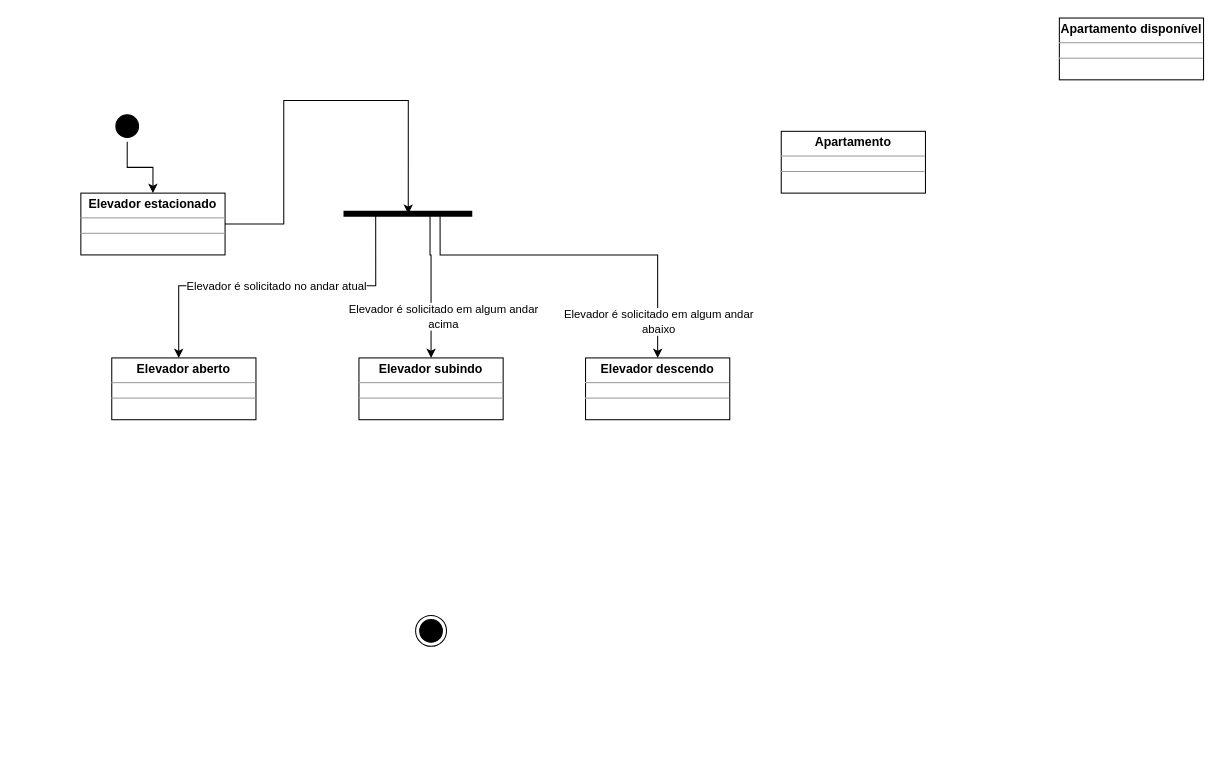
Above: Questão 05 - P2.drawio in bruniculos08/AMS0001 (draw.io), before the change. Source tidied: cells renumbered, new cells numbered last; positions are measured from the earlier drawing's top-left corner, leaving out a move shared by most shapes. Both pictures are drawn from the tidied source at 103%, with x=0, y=0 at pixel (80, 18).
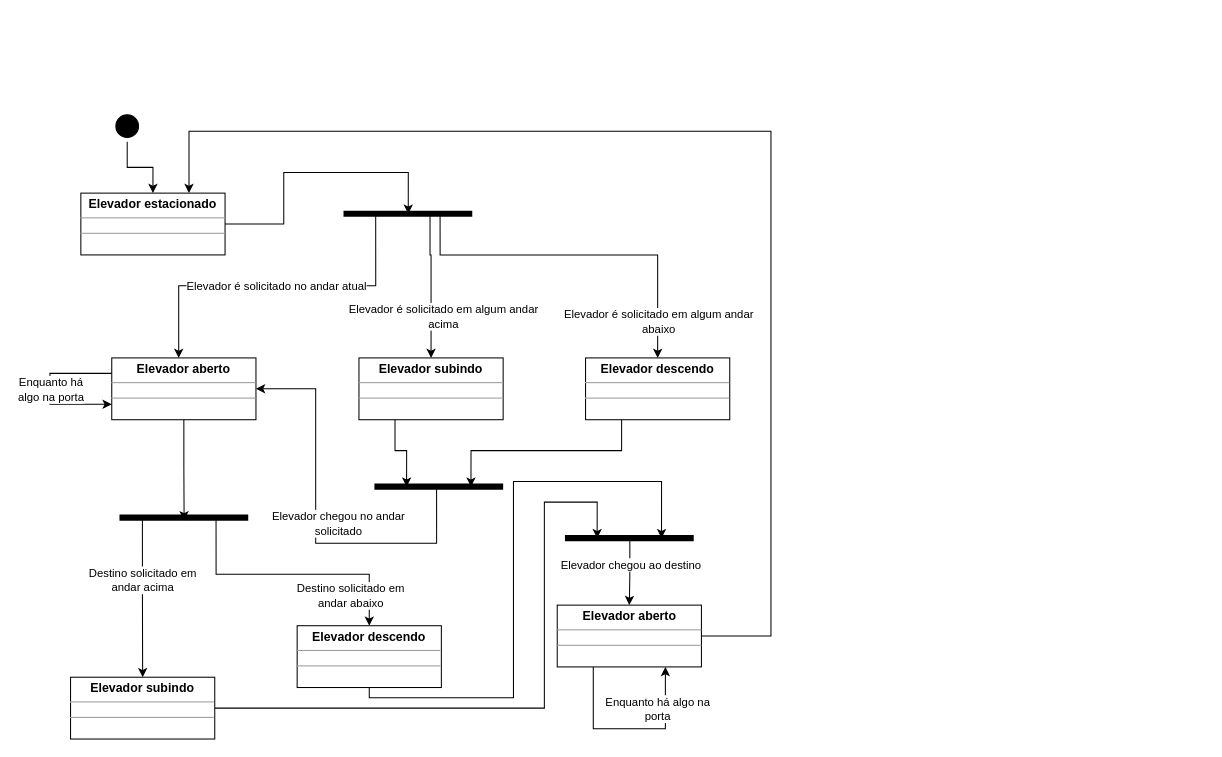
The same page after the edit.

Unchanged cells that the change refers to:
```xml
<mxCell id="11" style="shape=line;html=1;strokeWidth=6;strokeColor=#000000;" parent="1" vertex="1">
  <mxGeometry x="255" y="185" width="125" height="10" as="geometry" />
</mxCell>
<mxCell id="15" value="&lt;p style=&quot;margin: 0px ; margin-top: 4px ; text-align: center&quot;&gt;&lt;b&gt;Elevador estacionado&lt;/b&gt;&lt;/p&gt;&lt;hr size=&quot;1&quot;&gt;&lt;div style=&quot;height: 2px&quot;&gt;&lt;/div&gt;&lt;hr size=&quot;1&quot;&gt;&lt;div style=&quot;height: 2px&quot;&gt;&lt;/div&gt;" style="verticalAlign=top;align=left;overflow=fill;fontSize=12;fontFamily=Helvetica;html=1;strokeColor=#000000;" parent="1" vertex="1">
  <mxGeometry y="170" width="140" height="60" as="geometry" />
</mxCell>
<mxCell id="16" value="&lt;p style=&quot;margin: 0px ; margin-top: 4px ; text-align: center&quot;&gt;&lt;b&gt;Elevador aberto&lt;/b&gt;&lt;/p&gt;&lt;hr size=&quot;1&quot;&gt;&lt;div style=&quot;height: 2px&quot;&gt;&lt;/div&gt;&lt;hr size=&quot;1&quot;&gt;&lt;div style=&quot;height: 2px&quot;&gt;&lt;/div&gt;" style="verticalAlign=top;align=left;overflow=fill;fontSize=12;fontFamily=Helvetica;html=1;strokeColor=#000000;" parent="1" vertex="1">
  <mxGeometry x="30" y="330" width="140" height="60" as="geometry" />
</mxCell>
<mxCell id="17" value="&lt;p style=&quot;margin: 0px ; margin-top: 4px ; text-align: center&quot;&gt;&lt;b&gt;Elevador subindo&lt;/b&gt;&lt;/p&gt;&lt;hr size=&quot;1&quot;&gt;&lt;div style=&quot;height: 2px&quot;&gt;&lt;/div&gt;&lt;hr size=&quot;1&quot;&gt;&lt;div style=&quot;height: 2px&quot;&gt;&lt;/div&gt;" style="verticalAlign=top;align=left;overflow=fill;fontSize=12;fontFamily=Helvetica;html=1;strokeColor=#000000;" parent="1" vertex="1">
  <mxGeometry x="270" y="330" width="140" height="60" as="geometry" />
</mxCell>
<mxCell id="18" value="&lt;p style=&quot;margin: 0px ; margin-top: 4px ; text-align: center&quot;&gt;&lt;b&gt;Elevador descendo&lt;/b&gt;&lt;/p&gt;&lt;hr size=&quot;1&quot;&gt;&lt;div style=&quot;height: 2px&quot;&gt;&lt;/div&gt;&lt;hr size=&quot;1&quot;&gt;&lt;div style=&quot;height: 2px&quot;&gt;&lt;/div&gt;" style="verticalAlign=top;align=left;overflow=fill;fontSize=12;fontFamily=Helvetica;html=1;strokeColor=#000000;" parent="1" vertex="1">
  <mxGeometry x="490" y="330" width="140" height="60" as="geometry" />
</mxCell>
```

Change to the diagram source:
```diff
@@
-    <mxCell id="4" value="&lt;p style=&quot;margin: 0px ; margin-top: 4px ; text-align: center&quot;&gt;&lt;b&gt;Apartamento&lt;/b&gt;&lt;/p&gt;&lt;hr size=&quot;1&quot;&gt;&lt;div style=&quot;height: 2px&quot;&gt;&lt;/div&gt;&lt;hr size=&quot;1&quot;&gt;&lt;div style=&quot;height: 2px&quot;&gt;&lt;/div&gt;" style="verticalAlign=top;align=left;overflow=fill;fontSize=12;fontFamily=Helvetica;html=1;strokeColor=#000000;" parent="1" vertex="1">
-      <mxGeometry x="680" y="110" width="140" height="60" as="geometry" />
-    </mxCell>
@@
-    <mxCell id="12" value="&lt;p style=&quot;margin: 0px ; margin-top: 4px ; text-align: center&quot;&gt;&lt;b&gt;Apartamento disponível&lt;/b&gt;&lt;/p&gt;&lt;hr size=&quot;1&quot;&gt;&lt;div style=&quot;height: 2px&quot;&gt;&lt;/div&gt;&lt;hr size=&quot;1&quot;&gt;&lt;div style=&quot;height: 2px&quot;&gt;&lt;/div&gt;" style="verticalAlign=top;align=left;overflow=fill;fontSize=12;fontFamily=Helvetica;html=1;strokeColor=#000000;" parent="1" vertex="1">
-      <mxGeometry x="950" width="140" height="60" as="geometry" />
-    </mxCell>
-    <mxCell id="13" style="ellipse;html=1;shape=endState;fillColor=#000000;strokeColor=#000000;" parent="1" vertex="1">
-      <mxGeometry x="325" y="580" width="30" height="30" as="geometry" />
-    </mxCell>
     <mxCell id="14" style="edgeStyle=orthogonalEdgeStyle;rounded=0;jettySize=auto;html=1;exitX=1;exitY=0.5;exitDx=0;exitDy=0;entryX=0.503;entryY=0.512;entryDx=0;entryDy=0;entryPerimeter=0;" parent="1" edge="1" source="15" target="11">
       <mxGeometry relative="1" as="geometry">
         <Array as="points">
           <mxPoint x="197" y="200" />
-          <mxPoint x="197" y="80" />
-          <mxPoint x="318" y="80" />
+          <mxPoint x="197" y="150" />
+          <mxPoint x="318" y="150" />
         </Array>
       </mxGeometry>
     </mxCell>
@@
+    <mxCell id="19" style="edgeStyle=orthogonalEdgeStyle;rounded=0;jettySize=auto;html=1;exitX=0.5;exitY=1;exitDx=0;exitDy=0;entryX=0.502;entryY=0.774;entryDx=0;entryDy=0;entryPerimeter=0;" parent="1" edge="1" source="16" target="29">
+      <mxGeometry relative="1" as="geometry" />
+    </mxCell>
@@
+    <mxCell id="20" style="edgeStyle=orthogonalEdgeStyle;rounded=0;jettySize=auto;html=1;exitX=0.25;exitY=1;exitDx=0;exitDy=0;entryX=0.25;entryY=0.5;entryDx=0;entryDy=0;entryPerimeter=0;" parent="1" edge="1" source="17" target="24">
+      <mxGeometry relative="1" as="geometry" />
+    </mxCell>
@@
+    <mxCell id="21" style="edgeStyle=orthogonalEdgeStyle;rounded=0;jettySize=auto;html=1;exitX=0.25;exitY=1;exitDx=0;exitDy=0;entryX=0.75;entryY=0.5;entryDx=0;entryDy=0;entryPerimeter=0;" parent="1" edge="1" source="18" target="24">
+      <mxGeometry relative="1" as="geometry" />
+    </mxCell>
@@
+    <mxCell id="22" style="edgeStyle=orthogonalEdgeStyle;rounded=0;jettySize=auto;html=1;exitX=0.483;exitY=0.533;exitDx=0;exitDy=0;exitPerimeter=0;entryX=1;entryY=0.5;entryDx=0;entryDy=0;" parent="1" edge="1" source="24" target="16">
+      <mxGeometry relative="1" as="geometry">
+        <Array as="points">
+          <mxPoint x="345" y="510" />
+          <mxPoint x="228" y="510" />
+          <mxPoint x="228" y="360" />
+        </Array>
+      </mxGeometry>
+    </mxCell>
+    <mxCell id="23" value="Elevador chegou no andar&lt;br&gt;solicitado" style="edgeLabel;html=1;align=center;verticalAlign=middle;" parent="22" vertex="1">
+      <mxGeometry x="-0.27" y="-1" relative="1" as="geometry">
+        <mxPoint x="-12" y="-19" as="offset" />
+      </mxGeometry>
+    </mxCell>
+    <mxCell id="24" style="shape=line;html=1;strokeWidth=6;strokeColor=#000000;" parent="1" vertex="1">
+      <mxGeometry x="285" y="450" width="125" height="10" as="geometry" />
+    </mxCell>
+    <mxCell id="25" style="edgeStyle=orthogonalEdgeStyle;rounded=0;jettySize=auto;html=1;exitX=0.75;exitY=0.5;exitDx=0;exitDy=0;exitPerimeter=0;entryX=0.5;entryY=0;entryDx=0;entryDy=0;" parent="1" edge="1" source="29" target="33">
+      <mxGeometry relative="1" as="geometry">
+        <Array as="points">
+          <mxPoint x="131" y="540" />
+          <mxPoint x="280" y="540" />
+        </Array>
+      </mxGeometry>
+    </mxCell>
+    <mxCell id="26" value="Destino solicitado em&lt;br&gt;andar abaixo" style="edgeLabel;html=1;align=center;verticalAlign=middle;" parent="25" vertex="1">
+      <mxGeometry x="-0.16" y="-1" relative="1" as="geometry">
+        <mxPoint x="78" y="19" as="offset" />
+      </mxGeometry>
+    </mxCell>
+    <mxCell id="27" style="edgeStyle=orthogonalEdgeStyle;rounded=0;jettySize=auto;html=1;exitX=0.178;exitY=0.723;exitDx=0;exitDy=0;exitPerimeter=0;entryX=0.5;entryY=0;entryDx=0;entryDy=0;" parent="1" edge="1" source="29" target="31">
+      <mxGeometry relative="1" as="geometry" />
+    </mxCell>
+    <mxCell id="28" value="Destino solicitado em&lt;br&gt;andar acima" style="edgeLabel;html=1;align=center;verticalAlign=middle;" parent="27" vertex="1">
+      <mxGeometry x="-0.72" y="1" relative="1" as="geometry">
+        <mxPoint x="-1" y="37" as="offset" />
+      </mxGeometry>
+    </mxCell>
+    <mxCell id="29" style="shape=line;html=1;strokeWidth=6;strokeColor=#000000;" parent="1" vertex="1">
+      <mxGeometry x="37.5" y="480" width="125" height="10" as="geometry" />
+    </mxCell>
+    <mxCell id="30" style="edgeStyle=orthogonalEdgeStyle;rounded=0;jettySize=auto;html=1;exitX=1;exitY=0.5;exitDx=0;exitDy=0;entryX=0.25;entryY=0.5;entryDx=0;entryDy=0;entryPerimeter=0;" parent="1" edge="1" source="31" target="36">
+      <mxGeometry relative="1" as="geometry">
+        <Array as="points">
+          <mxPoint x="450" y="670" />
+          <mxPoint x="450" y="470" />
+          <mxPoint x="501" y="470" />
+        </Array>
+      </mxGeometry>
+    </mxCell>
+    <mxCell id="31" value="&lt;p style=&quot;margin: 0px ; margin-top: 4px ; text-align: center&quot;&gt;&lt;b&gt;Elevador subindo&lt;/b&gt;&lt;/p&gt;&lt;hr size=&quot;1&quot;&gt;&lt;div style=&quot;height: 2px&quot;&gt;&lt;/div&gt;&lt;hr size=&quot;1&quot;&gt;&lt;div style=&quot;height: 2px&quot;&gt;&lt;/div&gt;" style="verticalAlign=top;align=left;overflow=fill;fontSize=12;fontFamily=Helvetica;html=1;strokeColor=#000000;" parent="1" vertex="1">
+      <mxGeometry x="-10" y="640" width="140" height="60" as="geometry" />
+    </mxCell>
+    <mxCell id="32" style="edgeStyle=orthogonalEdgeStyle;rounded=0;jettySize=auto;html=1;exitX=0.5;exitY=1;exitDx=0;exitDy=0;entryX=0.75;entryY=0.5;entryDx=0;entryDy=0;entryPerimeter=0;" parent="1" edge="1" source="33" target="36">
+      <mxGeometry relative="1" as="geometry">
+        <Array as="points">
+          <mxPoint x="280" y="660" />
+          <mxPoint x="420" y="660" />
+          <mxPoint x="420" y="450" />
+          <mxPoint x="564" y="450" />
+        </Array>
+      </mxGeometry>
+    </mxCell>
+    <mxCell id="33" value="&lt;p style=&quot;margin: 0px ; margin-top: 4px ; text-align: center&quot;&gt;&lt;b&gt;Elevador descendo&lt;/b&gt;&lt;/p&gt;&lt;hr size=&quot;1&quot;&gt;&lt;div style=&quot;height: 2px&quot;&gt;&lt;/div&gt;&lt;hr size=&quot;1&quot;&gt;&lt;div style=&quot;height: 2px&quot;&gt;&lt;/div&gt;" style="verticalAlign=top;align=left;overflow=fill;fontSize=12;fontFamily=Helvetica;html=1;strokeColor=#000000;" parent="1" vertex="1">
+      <mxGeometry x="210" y="590" width="140" height="60" as="geometry" />
+    </mxCell>
+    <mxCell id="34" style="edgeStyle=orthogonalEdgeStyle;rounded=0;jettySize=auto;html=1;exitX=0.504;exitY=0.514;exitDx=0;exitDy=0;exitPerimeter=0;entryX=0.5;entryY=0;entryDx=0;entryDy=0;" parent="1" edge="1" source="36" target="38">
+      <mxGeometry relative="1" as="geometry" />
+    </mxCell>
+    <mxCell id="35" value="Elevador chegou ao destino" style="edgeLabel;html=1;align=center;verticalAlign=middle;" parent="34" vertex="1">
+      <mxGeometry x="-0.24" relative="1" as="geometry" />
+    </mxCell>
+    <mxCell id="36" style="shape=line;html=1;strokeWidth=6;strokeColor=#000000;" parent="1" vertex="1">
+      <mxGeometry x="470" y="500" width="125" height="10" as="geometry" />
+    </mxCell>
+    <mxCell id="37" style="edgeStyle=orthogonalEdgeStyle;rounded=0;jettySize=auto;html=1;exitX=1;exitY=0.5;exitDx=0;exitDy=0;entryX=0.75;entryY=0;entryDx=0;entryDy=0;" parent="1" edge="1" source="38" target="15">
+      <mxGeometry relative="1" as="geometry">
+        <Array as="points">
+          <mxPoint x="670" y="600" />
+          <mxPoint x="670" y="110" />
+          <mxPoint x="105" y="110" />
+        </Array>
+      </mxGeometry>
+    </mxCell>
+    <mxCell id="38" value="&lt;p style=&quot;margin: 0px ; margin-top: 4px ; text-align: center&quot;&gt;&lt;b&gt;Elevador aberto&lt;/b&gt;&lt;/p&gt;&lt;hr size=&quot;1&quot;&gt;&lt;div style=&quot;height: 2px&quot;&gt;&lt;/div&gt;&lt;hr size=&quot;1&quot;&gt;&lt;div style=&quot;height: 2px&quot;&gt;&lt;/div&gt;" style="verticalAlign=top;align=left;overflow=fill;fontSize=12;fontFamily=Helvetica;html=1;strokeColor=#000000;" parent="1" vertex="1">
+      <mxGeometry x="462.5" y="570" width="140" height="60" as="geometry" />
+    </mxCell>
+    <mxCell id="39" style="edgeStyle=orthogonalEdgeStyle;rounded=0;orthogonalLoop=1;jettySize=auto;html=1;exitX=0;exitY=0.25;exitDx=0;exitDy=0;entryX=0;entryY=0.75;entryDx=0;entryDy=0;" parent="1" edge="1" source="16" target="16">
+      <mxGeometry relative="1" as="geometry">
+        <Array as="points">
+          <mxPoint x="-30" y="345" />
+          <mxPoint x="-30" y="375" />
+        </Array>
+      </mxGeometry>
+    </mxCell>
+    <mxCell id="40" value="Enquanto há&lt;br&gt;algo na porta" style="edgeLabel;html=1;align=center;verticalAlign=middle;" parent="39" vertex="1">
+      <mxGeometry x="-0.16" y="3" relative="1" as="geometry">
+        <mxPoint x="-3" y="12" as="offset" />
+      </mxGeometry>
+    </mxCell>
+    <mxCell id="41" style="edgeStyle=orthogonalEdgeStyle;rounded=0;orthogonalLoop=1;jettySize=auto;html=1;exitX=0.25;exitY=1;exitDx=0;exitDy=0;entryX=0.75;entryY=1;entryDx=0;entryDy=0;" parent="1" edge="1" source="38" target="38">
+      <mxGeometry relative="1" as="geometry">
+        <Array as="points">
+          <mxPoint x="498" y="690" />
+          <mxPoint x="568" y="690" />
+        </Array>
+      </mxGeometry>
+    </mxCell>
+    <mxCell id="42" value="Enquanto há algo na&lt;br&gt;porta" style="edgeLabel;html=1;align=center;verticalAlign=middle;" parent="41" vertex="1">
+      <mxGeometry x="-0.27" y="-1" relative="1" as="geometry">
+        <mxPoint x="53" y="-21" as="offset" />
+      </mxGeometry>
+    </mxCell>
```
